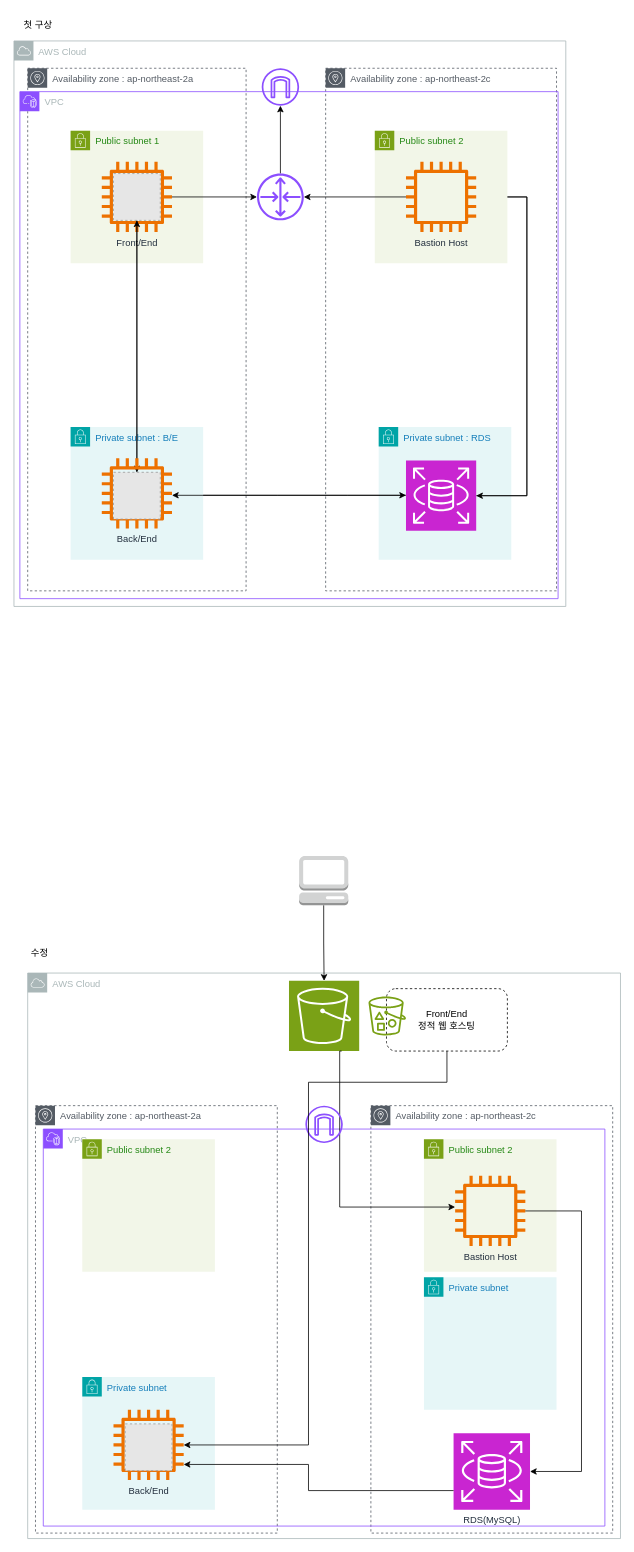
This is 미니프로젝트-3 다이어그램.drawio from moonjichan/sesac_mini_3, a draw.io file, before an edit. Source tidied: cells renumbered, new cells numbered last; positions are measured from the earlier drawing's top-left corner, leaving out a move shared by most shapes. Both pictures are drawn from the tidied source at 78%, with x=0, y=0 at pixel (13, 13). Pictures stored in the file or linked from it are replaced by grey dashed boxes.
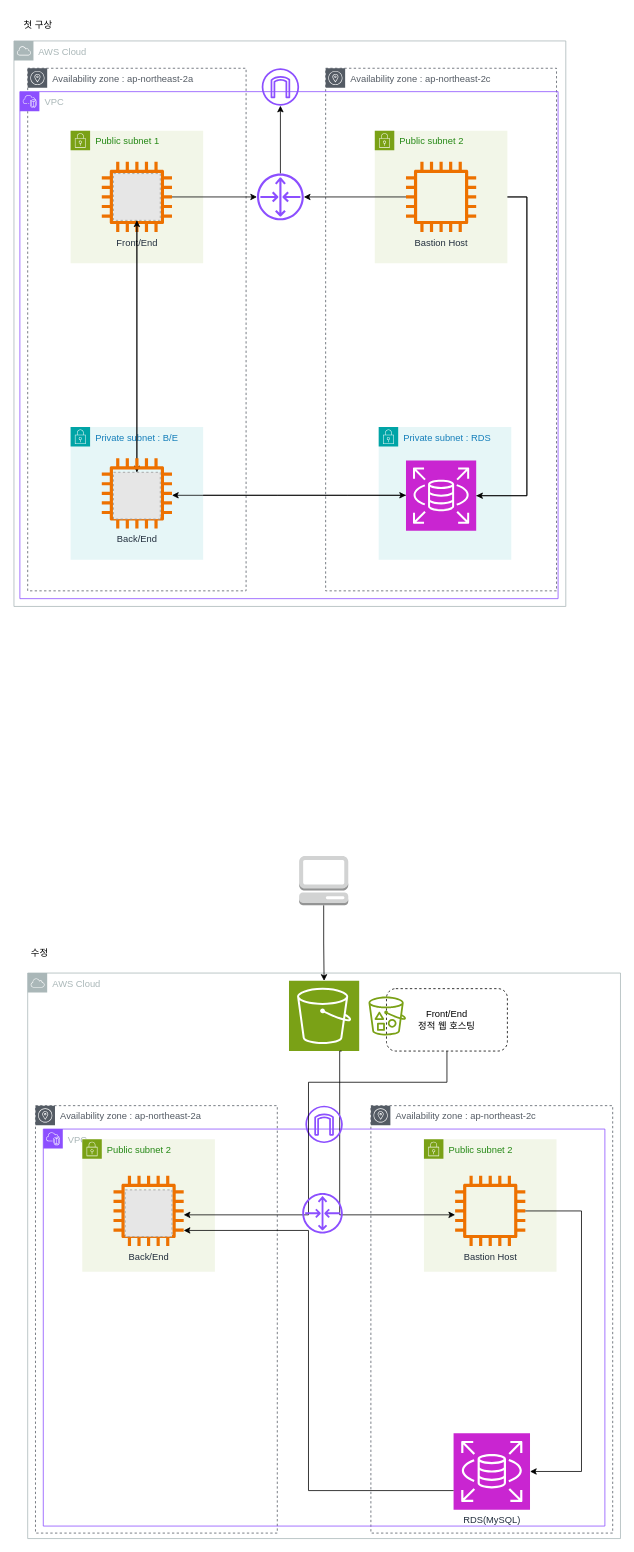
After the change.

Commit message:
미니프로젝트-3 다이어그램.drawio 업데이트

The change refers to these unchanged cells:
```xml
<mxCell id="33" value="RDS(MySQL)" style="sketch=0;points=[[0,0,0],[0.25,0,0],[0.5,0,0],[0.75,0,0],[1,0,0],[0,1,0],[0.25,1,0],[0.5,1,0],[0.75,1,0],[1,1,0],[0,0.25,0],[0,0.5,0],[0,0.75,0],[1,0.25,0],[1,0.5,0],[1,0.75,0]];outlineConnect=0;fontColor=#232F3E;fillColor=#C925D1;strokeColor=#ffffff;dashed=0;verticalLabelPosition=bottom;verticalAlign=top;align=center;html=1;fontSize=12;fontStyle=0;shape=mxgraph.aws4.resourceIcon;resIcon=mxgraph.aws4.rds;" parent="1" vertex="1">
  <mxGeometry x="564" y="1820" width="98" height="98" as="geometry" />
</mxCell>
<mxCell id="40" style="sketch=0;points=[[0,0,0],[0.25,0,0],[0.5,0,0],[0.75,0,0],[1,0,0],[0,1,0],[0.25,1,0],[0.5,1,0],[0.75,1,0],[1,1,0],[0,0.25,0],[0,0.5,0],[0,0.75,0],[1,0.25,0],[1,0.5,0],[1,0.75,0]];outlineConnect=0;fontColor=#232F3E;fillColor=#7AA116;strokeColor=#ffffff;dashed=0;verticalLabelPosition=bottom;verticalAlign=top;align=center;html=1;fontSize=12;fontStyle=0;shape=mxgraph.aws4.resourceIcon;resIcon=mxgraph.aws4.s3;" parent="1" vertex="1">
  <mxGeometry x="353" y="1240" width="90" height="90" as="geometry" />
</mxCell>
<mxCell id="43" value="Bastion Host" style="sketch=0;outlineConnect=0;fontColor=#232F3E;gradientColor=none;fillColor=#ED7100;strokeColor=none;dashed=0;verticalLabelPosition=bottom;verticalAlign=top;align=center;html=1;fontSize=12;fontStyle=0;shape=mxgraph.aws4.instance2;" parent="1" vertex="1">
  <mxGeometry x="566" y="1490" width="90" height="90" as="geometry" />
</mxCell>
<mxCell id="48" value="Front/End&lt;div&gt;정적 웹 호스팅&lt;/div&gt;" style="rounded=1;whiteSpace=wrap;html=1;glass=0;dashed=1;" parent="1" vertex="1">
  <mxGeometry x="478" y="1250" width="155" height="80" as="geometry" />
</mxCell>
```

Change to the diagram source:
```diff
@@
+    <mxCell id="15" value="Availability zone : ap-northeast-2c" style="sketch=0;gradientColor=none;html=1;whiteSpace=wrap;fontSize=12;fontStyle=0;shape=mxgraph.aws4.group;grIcon=mxgraph.aws4.group_availability_zone;strokeColor=#545B64;fillColor=none;verticalAlign=top;align=left;spacingLeft=30;fontColor=#545B64;dashed=1;" parent="1" vertex="1">
+      <mxGeometry x="458" y="1400" width="310" height="548" as="geometry" />
+    </mxCell>
@@
-    <mxCell id="15" value="Availability zone : ap-northeast-2c" style="sketch=0;gradientColor=none;html=1;whiteSpace=wrap;fontSize=12;fontStyle=0;shape=mxgraph.aws4.group;grIcon=mxgraph.aws4.group_availability_zone;strokeColor=#545B64;fillColor=none;verticalAlign=top;align=left;spacingLeft=30;fontColor=#545B64;dashed=1;" parent="1" vertex="1">
-      <mxGeometry x="458" y="1400" width="310" height="548" as="geometry" />
-    </mxCell>
@@
-    <mxCell id="34" value="Private subnet&amp;nbsp;" style="gradientColor=none;html=1;whiteSpace=wrap;fontSize=12;fontStyle=0;shape=mxgraph.aws4.group;grIcon=mxgraph.aws4.group_security_group;grStroke=0;strokeColor=#00A4A6;fillColor=#E6F6F7;verticalAlign=top;align=left;spacingLeft=30;fontColor=#147EBA;dashed=0;" parent="1" vertex="1">
-      <mxGeometry x="526" y="1620" width="170" height="170" as="geometry" />
-    </mxCell>
-    <mxCell id="35" value="Private subnet&amp;nbsp;" style="gradientColor=none;html=1;whiteSpace=wrap;fontSize=12;fontStyle=0;shape=mxgraph.aws4.group;grIcon=mxgraph.aws4.group_security_group;grStroke=0;strokeColor=#00A4A6;fillColor=#E6F6F7;verticalAlign=top;align=left;spacingLeft=30;fontColor=#147EBA;dashed=0;" parent="1" vertex="1">
-      <mxGeometry x="88" y="1748" width="170" height="170" as="geometry" />
-    </mxCell>
-    <mxCell id="36" value="Back/End" style="sketch=0;outlineConnect=0;fontColor=#232F3E;gradientColor=none;fillColor=#ED7100;strokeColor=none;dashed=0;verticalLabelPosition=bottom;verticalAlign=top;align=center;html=1;fontSize=12;fontStyle=0;shape=mxgraph.aws4.instance2;" parent="1" vertex="1">
-      <mxGeometry x="128" y="1790" width="90" height="90" as="geometry" />
-    </mxCell>
-    <mxCell id="37" style="fillColor=#E6E6E6;strokeColor=#999999;dashed=1;html=1;verticalAlign=top;verticalLabelPosition=bottom;labelBackgroundColor=#ffffff;" parent="1" vertex="1">
-      <mxGeometry x="143" y="1808" width="60" height="60" as="geometry" />
-    </mxCell>
@@
     <mxCell id="41" style="edgeStyle=orthogonalEdgeStyle;rounded=0;jettySize=auto;html=1;exitX=0.75;exitY=1;exitDx=0;exitDy=0;exitPerimeter=0;" parent="1" edge="1" source="40" target="43">
       <mxGeometry relative="1" as="geometry">
         <Array as="points">
           <mxPoint x="418" y="1330" />
-          <mxPoint x="418" y="1530" />
+          <mxPoint x="418" y="1540" />
         </Array>
       </mxGeometry>
     </mxCell>
@@
     <mxCell id="47" style="edgeStyle=orthogonalEdgeStyle;rounded=0;jettySize=auto;html=1;" parent="1" edge="1" source="48" target="36">
       <mxGeometry relative="1" as="geometry">
         <Array as="points">
           <mxPoint x="556" y="1370" />
           <mxPoint x="378" y="1370" />
-          <mxPoint x="378" y="1835" />
+          <mxPoint x="378" y="1540" />
         </Array>
       </mxGeometry>
     </mxCell>
@@
     <mxCell id="50" style="edgeStyle=orthogonalEdgeStyle;rounded=0;jettySize=auto;html=1;exitX=0;exitY=0.75;exitDx=0;exitDy=0;exitPerimeter=0;" parent="1" edge="1" source="33" target="36">
       <mxGeometry relative="1" as="geometry">
         <Array as="points">
           <mxPoint x="378" y="1894" />
-          <mxPoint x="378" y="1860" />
+          <mxPoint x="378" y="1560" />
         </Array>
       </mxGeometry>
     </mxCell>
+    <mxCell id="36" value="Back/End" style="sketch=0;outlineConnect=0;fontColor=#232F3E;gradientColor=none;fillColor=#ED7100;strokeColor=none;dashed=0;verticalLabelPosition=bottom;verticalAlign=top;align=center;html=1;fontSize=12;fontStyle=0;shape=mxgraph.aws4.instance2;" parent="1" vertex="1">
+      <mxGeometry x="128" y="1490" width="90" height="90" as="geometry" />
+    </mxCell>
+    <mxCell id="37" style="fillColor=#E6E6E6;strokeColor=#999999;dashed=1;html=1;verticalAlign=top;verticalLabelPosition=bottom;labelBackgroundColor=#ffffff;" parent="1" vertex="1">
+      <mxGeometry x="143" y="1508" width="60" height="60" as="geometry" />
+    </mxCell>
+    <mxCell id="51" style="sketch=0;fontColor=#232F3E;gradientColor=none;fillColor=#8C4FFF;strokeColor=none;dashed=0;verticalLabelPosition=bottom;verticalAlign=top;align=center;html=1;fontSize=12;fontStyle=0;shape=mxgraph.aws4.router;" parent="1" vertex="1">
+      <mxGeometry x="370" y="1512" width="52" height="52" as="geometry" />
+    </mxCell>
```
